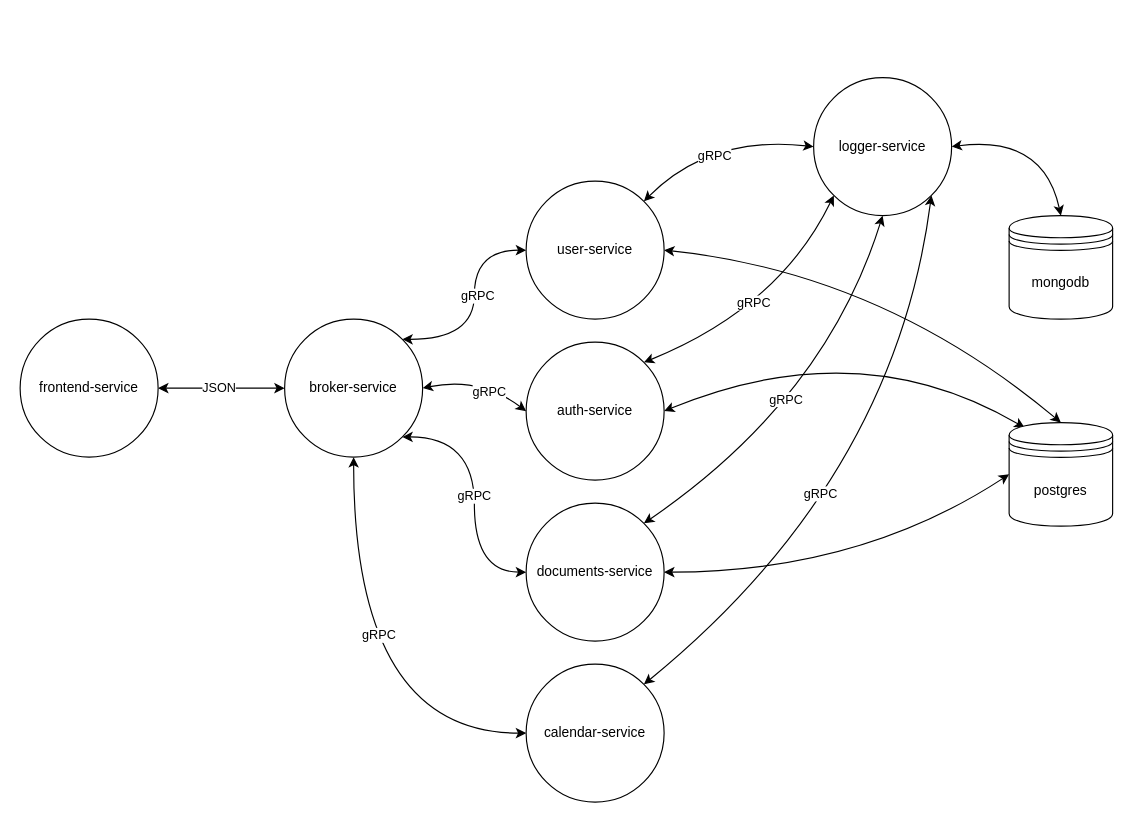
Earlier version of the draw.io diagram docs/diagrams/services-diagram.drawio (samgozman/validity.red). Source tidied: cells renumbered, new cells numbered last; positions are measured from the earlier drawing's top-left corner, leaving out a move shared by most shapes. Both pictures are drawn from the tidied source at 115%, with x=0, y=0 at pixel (20, 77).
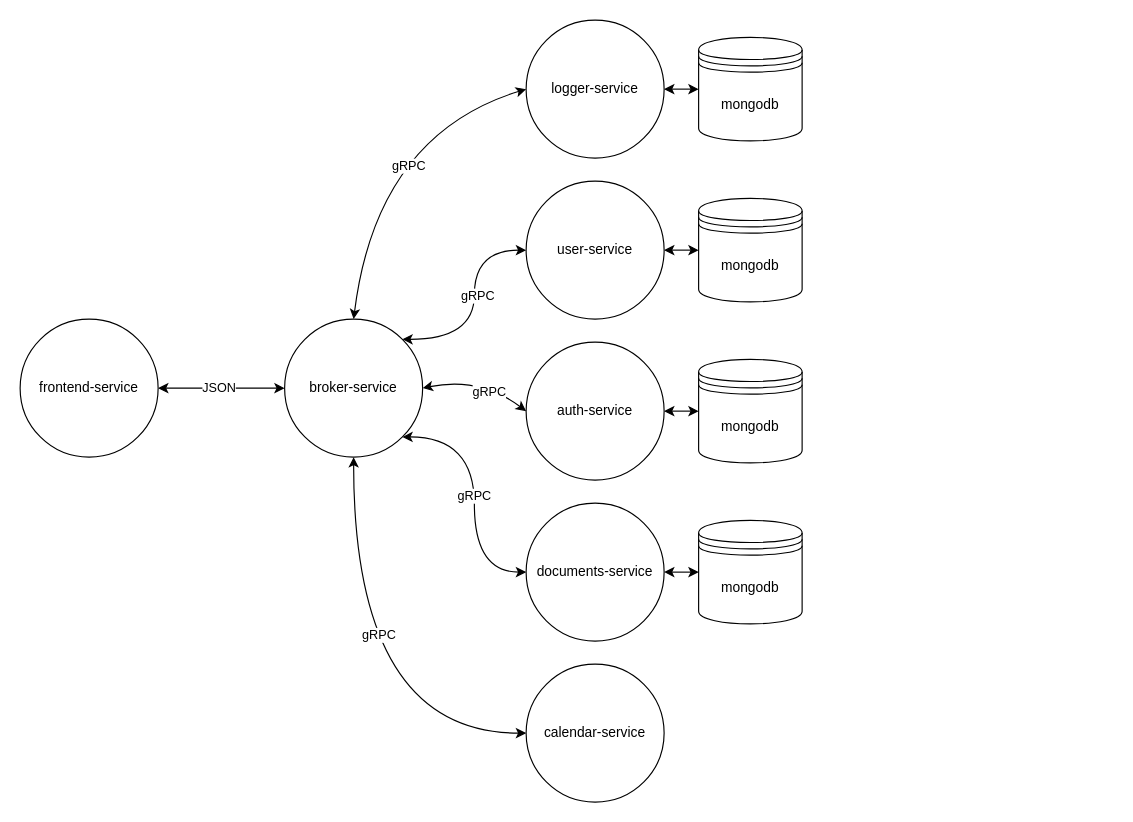
The same diagram, later.

Commit message (it also covers changes not shown here):
New diagram with lesser coupling

Unchanged cells that the change refers to:
```xml
<mxCell id="13" value="broker-service" style="ellipse;whiteSpace=wrap;html=1;" parent="1" vertex="1">
  <mxGeometry x="230" y="210" width="120" height="120" as="geometry" />
</mxCell>
<mxCell id="17" value="user-service" style="ellipse;whiteSpace=wrap;html=1;" parent="1" vertex="1">
  <mxGeometry x="440" y="90" width="120" height="120" as="geometry" />
</mxCell>
<mxCell id="21" value="auth-service" style="ellipse;whiteSpace=wrap;html=1;" parent="1" vertex="1">
  <mxGeometry x="440" y="230" width="120" height="120" as="geometry" />
</mxCell>
<mxCell id="25" value="documents-service" style="ellipse;whiteSpace=wrap;html=1;" parent="1" vertex="1">
  <mxGeometry x="440" y="370" width="120" height="120" as="geometry" />
</mxCell>
<mxCell id="28" value="calendar-service" style="ellipse;whiteSpace=wrap;html=1;" parent="1" vertex="1">
  <mxGeometry x="440" y="510" width="120" height="120" as="geometry" />
</mxCell>
```

Diff of the diagram source:
```diff
@@
-    <mxCell id="14" style="edgeStyle=none;curved=1;jettySize=auto;html=1;exitX=1;exitY=0;exitDx=0;exitDy=0;entryX=0;entryY=0.5;entryDx=0;entryDy=0;startArrow=classic;startFill=1;" parent="1" edge="1" source="17" target="30">
-      <mxGeometry relative="1" as="geometry">
-        <Array as="points">
-          <mxPoint x="600" y="50" />
-        </Array>
-      </mxGeometry>
-    </mxCell>
-    <mxCell id="15" value="gRPC" style="edgeLabel;html=1;align=center;verticalAlign=middle;" parent="14" vertex="1">
-      <mxGeometry x="-0.16" y="-15" relative="1" as="geometry" />
-    </mxCell>
-    <mxCell id="16" style="edgeStyle=none;curved=1;sketch=0;jettySize=auto;html=1;exitX=1;exitY=0.5;exitDx=0;exitDy=0;entryX=0.5;entryY=0;entryDx=0;entryDy=0;shadow=0;startArrow=classic;startFill=1;strokeWidth=1;" parent="1" edge="1" source="17" target="32">
-      <mxGeometry relative="1" as="geometry">
-        <Array as="points">
-          <mxPoint x="750" y="170" />
-        </Array>
-      </mxGeometry>
-    </mxCell>
+    <mxCell id="33" style="edgeStyle=none;curved=1;sketch=0;jettySize=auto;html=1;exitX=1;exitY=0.5;exitDx=0;exitDy=0;entryX=0;entryY=0.5;entryDx=0;entryDy=0;shadow=0;startArrow=classic;startFill=1;strokeWidth=1;" parent="1" edge="1" source="17" target="41">
+      <mxGeometry relative="1" as="geometry" />
+    </mxCell>
@@
-    <mxCell id="18" style="edgeStyle=none;curved=1;jettySize=auto;html=1;exitX=1;exitY=0;exitDx=0;exitDy=0;entryX=0;entryY=1;entryDx=0;entryDy=0;startArrow=classic;startFill=1;" parent="1" edge="1" source="21" target="30">
-      <mxGeometry relative="1" as="geometry">
-        <Array as="points">
-          <mxPoint x="660" y="200" />
-        </Array>
-      </mxGeometry>
-    </mxCell>
-    <mxCell id="19" value="gRPC" style="edgeLabel;html=1;align=center;verticalAlign=middle;" parent="18" vertex="1">
-      <mxGeometry x="-0.08" y="13" relative="1" as="geometry" />
-    </mxCell>
-    <mxCell id="20" style="edgeStyle=none;curved=1;jettySize=auto;html=1;exitX=1;exitY=0.5;exitDx=0;exitDy=0;entryX=0.15;entryY=0.05;entryDx=0;entryDy=0;startArrow=classic;startFill=1;shadow=0;sketch=0;entryPerimeter=0;" parent="1" edge="1" source="21" target="32">
-      <mxGeometry relative="1" as="geometry">
-        <Array as="points">
-          <mxPoint x="730" y="220" />
-        </Array>
-      </mxGeometry>
-    </mxCell>
+    <mxCell id="34" style="edgeStyle=none;curved=1;sketch=0;jettySize=auto;html=1;exitX=1;exitY=0.5;exitDx=0;exitDy=0;entryX=0;entryY=0.5;entryDx=0;entryDy=0;shadow=0;startArrow=classic;startFill=1;strokeWidth=1;" parent="1" edge="1" source="21" target="40">
+      <mxGeometry relative="1" as="geometry" />
+    </mxCell>
@@
-    <mxCell id="22" style="edgeStyle=none;curved=1;jettySize=auto;html=1;exitX=1;exitY=0;exitDx=0;exitDy=0;entryX=0.5;entryY=1;entryDx=0;entryDy=0;startArrow=classic;startFill=1;" parent="1" edge="1" source="25" target="30">
-      <mxGeometry relative="1" as="geometry">
-        <Array as="points">
-          <mxPoint x="700" y="280" />
-        </Array>
-      </mxGeometry>
-    </mxCell>
-    <mxCell id="23" value="gRPC" style="edgeLabel;html=1;align=center;verticalAlign=middle;" parent="22" vertex="1">
-      <mxGeometry x="-0.09" y="20" relative="1" as="geometry" />
-    </mxCell>
-    <mxCell id="24" style="edgeStyle=none;curved=1;sketch=0;jettySize=auto;html=1;exitX=1;exitY=0.5;exitDx=0;exitDy=0;entryX=0;entryY=0.5;entryDx=0;entryDy=0;shadow=0;startArrow=classic;startFill=1;strokeWidth=1;" parent="1" edge="1" source="25" target="32">
-      <mxGeometry relative="1" as="geometry">
-        <Array as="points">
-          <mxPoint x="730" y="430" />
-        </Array>
-      </mxGeometry>
-    </mxCell>
+    <mxCell id="35" style="edgeStyle=none;curved=1;sketch=0;jettySize=auto;html=1;exitX=1;exitY=0.5;exitDx=0;exitDy=0;entryX=0;entryY=0.5;entryDx=0;entryDy=0;shadow=0;startArrow=classic;startFill=1;strokeWidth=1;" parent="1" edge="1" source="25" target="39">
+      <mxGeometry relative="1" as="geometry" />
+    </mxCell>
@@
-    <mxCell id="26" style="edgeStyle=none;curved=1;jettySize=auto;html=1;exitX=1;exitY=0;exitDx=0;exitDy=0;entryX=1;entryY=1;entryDx=0;entryDy=0;startArrow=classic;startFill=1;" parent="1" edge="1" source="28" target="30">
-      <mxGeometry relative="1" as="geometry">
-        <Array as="points">
-          <mxPoint x="760" y="350" />
-        </Array>
-      </mxGeometry>
-    </mxCell>
-    <mxCell id="27" value="gRPC" style="edgeLabel;html=1;align=center;verticalAlign=middle;" parent="26" vertex="1">
-      <mxGeometry x="-0.14" y="28" relative="1" as="geometry">
-        <mxPoint x="-6" as="offset" />
-      </mxGeometry>
-    </mxCell>
@@
-    <mxCell id="29" style="edgeStyle=none;curved=1;jettySize=auto;html=1;exitX=1;exitY=0.5;exitDx=0;exitDy=0;entryX=0.5;entryY=0;entryDx=0;entryDy=0;startArrow=classic;startFill=1;" parent="1" edge="1" source="30" target="31">
-      <mxGeometry relative="1" as="geometry">
-        <Array as="points">
-          <mxPoint x="890" y="50" />
-        </Array>
-      </mxGeometry>
-    </mxCell>
+    <mxCell id="36" style="edgeStyle=none;curved=1;sketch=0;jettySize=auto;html=1;exitX=1;exitY=0.5;exitDx=0;exitDy=0;entryX=0;entryY=0.5;entryDx=0;entryDy=0;shadow=0;startArrow=classic;startFill=1;strokeWidth=1;" parent="1" edge="1" source="30" target="42">
+      <mxGeometry relative="1" as="geometry" />
+    </mxCell>
+    <mxCell id="37" style="edgeStyle=none;curved=1;sketch=0;jettySize=auto;html=1;exitX=0;exitY=0.5;exitDx=0;exitDy=0;entryX=0.5;entryY=0;entryDx=0;entryDy=0;shadow=0;startArrow=classic;startFill=1;strokeWidth=1;" parent="1" edge="1" source="30" target="13">
+      <mxGeometry relative="1" as="geometry">
+        <Array as="points">
+          <mxPoint x="310" y="50" />
+        </Array>
+      </mxGeometry>
+    </mxCell>
+    <mxCell id="38" value="gRPC" style="edgeLabel;html=1;align=center;verticalAlign=middle;" parent="37" vertex="1">
+      <mxGeometry x="0.07" y="31" relative="1" as="geometry" />
+    </mxCell>
     <mxCell id="30" value="logger-service" style="ellipse;whiteSpace=wrap;html=1;" parent="1" vertex="1">
-      <mxGeometry x="690" width="120" height="120" as="geometry" />
+      <mxGeometry x="440" y="-50" width="120" height="120" as="geometry" />
     </mxCell>
-    <mxCell id="31" value="mongodb" style="shape=datastore;whiteSpace=wrap;html=1;" parent="1" vertex="1">
-      <mxGeometry x="860" y="120" width="90" height="90" as="geometry" />
-    </mxCell>
-    <mxCell id="32" value="postgres" style="shape=datastore;whiteSpace=wrap;html=1;" parent="1" vertex="1">
-      <mxGeometry x="860" y="300" width="90" height="90" as="geometry" />
-    </mxCell>
+    <mxCell id="39" value="mongodb" style="shape=datastore;whiteSpace=wrap;html=1;" parent="1" vertex="1">
+      <mxGeometry x="590" y="385" width="90" height="90" as="geometry" />
+    </mxCell>
+    <mxCell id="40" value="mongodb" style="shape=datastore;whiteSpace=wrap;html=1;" parent="1" vertex="1">
+      <mxGeometry x="590" y="245" width="90" height="90" as="geometry" />
+    </mxCell>
+    <mxCell id="41" value="mongodb" style="shape=datastore;whiteSpace=wrap;html=1;" parent="1" vertex="1">
+      <mxGeometry x="590" y="105" width="90" height="90" as="geometry" />
+    </mxCell>
+    <mxCell id="42" value="mongodb" style="shape=datastore;whiteSpace=wrap;html=1;" parent="1" vertex="1">
+      <mxGeometry x="590" y="-35" width="90" height="90" as="geometry" />
+    </mxCell>
```
